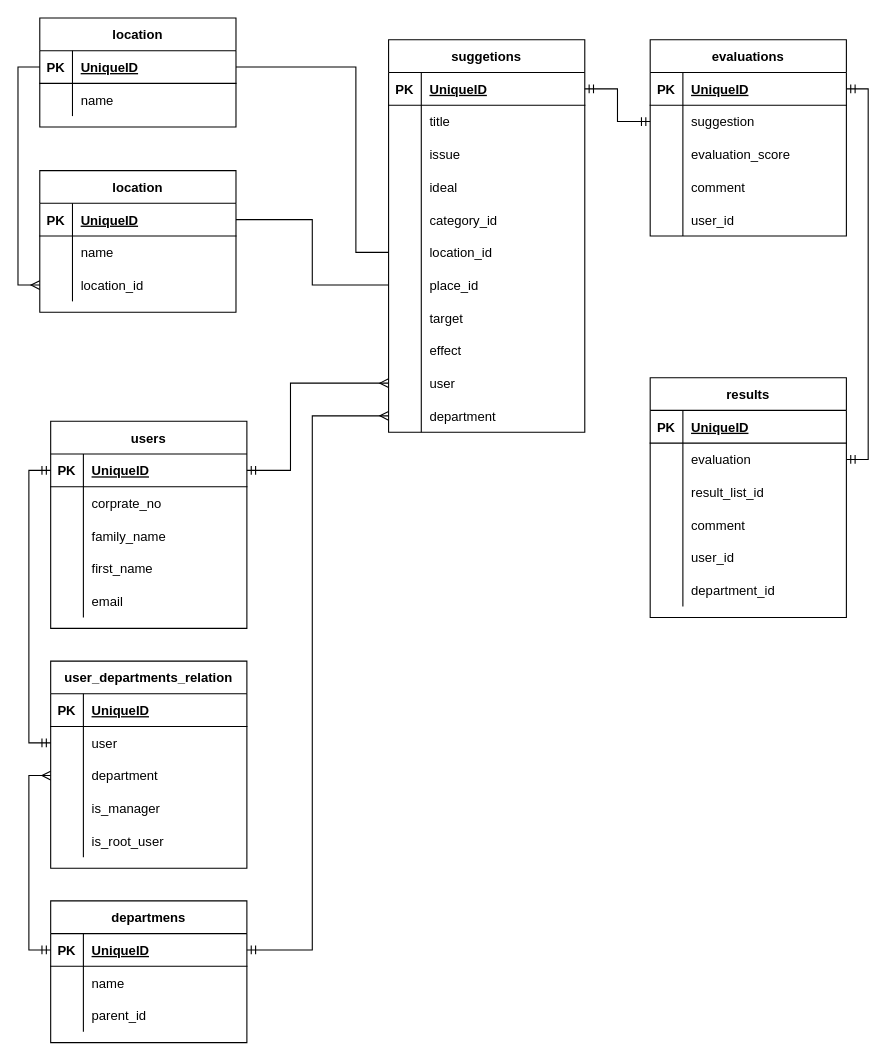
Earlier version of the draw.io diagram db/suggestion_box_ER.dio (f-mio/suggestion_box). Source tidied: cells renumbered, new cells numbered last; positions are measured from the earlier drawing's top-left corner, leaving out a move shared by most shapes. Both pictures are drawn from the tidied source at 109%, with x=0, y=0 at pixel (39, 17).
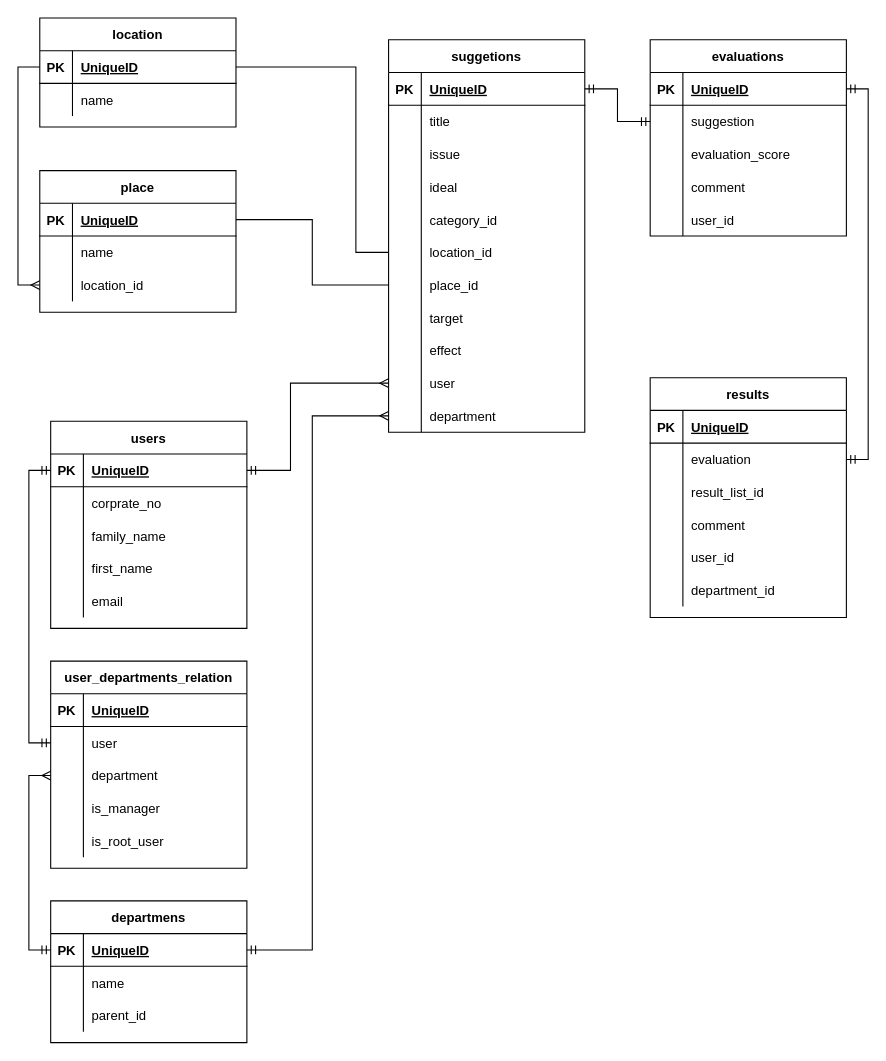
After the change.

The edit, as a diff of the source:
```diff
@@
-    <mxCell id="126" value="location" style="shape=table;startSize=30;childLayout=tableLayout;rowLines=0;fontStyle=1;align=center;" parent="1" vertex="1">
+    <mxCell id="126" value="place" style="shape=table;startSize=30;childLayout=tableLayout;rowLines=0;fontStyle=1;align=center;" parent="1" vertex="1">
       <mxGeometry y="140" width="180" height="130" as="geometry" />
     </mxCell>
```
